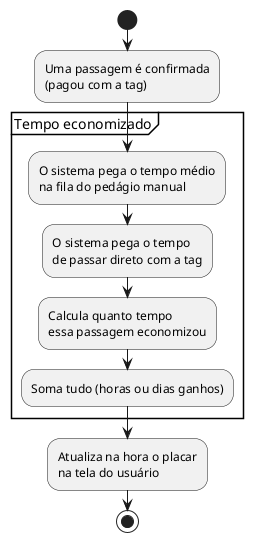
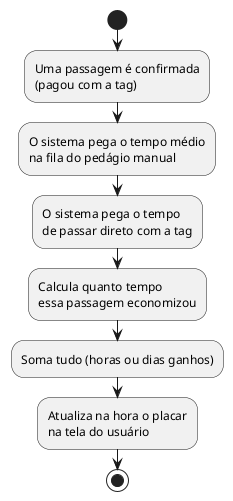
@startuml US07_Placar_Tempo
start
:Uma passagem é confirmada\n(pagou com a tag);
- partition "Tempo economizado" {
-   :O sistema pega o tempo médio\nna fila do pedágio manual;
-   :O sistema pega o tempo\nde passar direto com a tag;
-   :Calcula quanto tempo\nessa passagem economizou;
-   :Soma tudo (horas ou dias ganhos);
- }
+ :O sistema pega o tempo médio\nna fila do pedágio manual;
+ :O sistema pega o tempo\nde passar direto com a tag;
+ :Calcula quanto tempo\nessa passagem economizou;
+ :Soma tudo (horas ou dias ganhos);
:Atualiza na hora o placar\nna tela do usuário;
stop
@enduml
